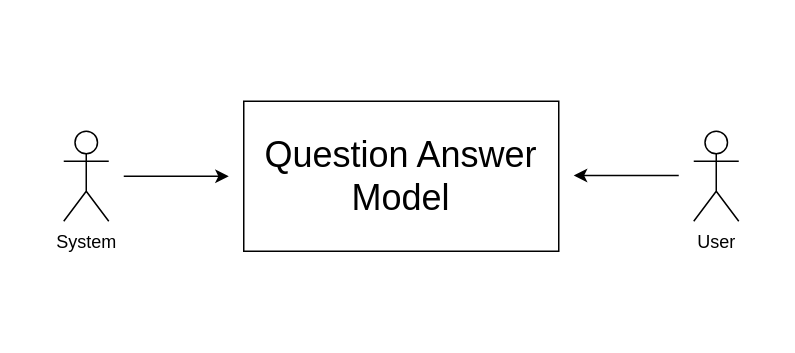
m-ibrahim-khalil/SPL2-nlp keeps this draw.io diagram as SRS Drafts/Use case0.drawio. Above is the earlier version. Source tidied: cells renumbered, new cells numbered last; positions are measured from the earlier drawing's top-left corner, leaving out a move shared by most shapes. Both pictures are drawn from the tidied source at 150%, with x=0, y=0 at pixel (63, 100).
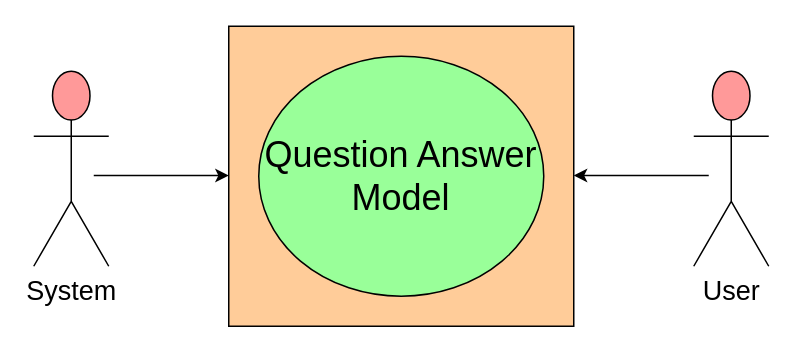
After the change.

Change to the diagram source:
```diff
@@
 <mxGraphModel>
   <root>
     <mxCell id="0" />
     <mxCell id="1" parent="0" />
-    <mxCell id="2" value="&lt;font style=&quot;font-size: 24px&quot;&gt;Question Answer Model&lt;/font&gt;" style="rounded=0;whiteSpace=wrap;html=1;" parent="1" vertex="1">
-      <mxGeometry x="120" width="210" height="100" as="geometry" />
+    <mxCell id="2" style="rounded=0;whiteSpace=wrap;html=1;fillColor=#FFCC99;" parent="1" vertex="1">
+      <mxGeometry x="110" y="-50" width="230" height="200" as="geometry" />
     </mxCell>
-    <mxCell id="3" value="System" style="shape=umlActor;verticalLabelPosition=bottom;verticalAlign=top;html=1;" parent="1" vertex="1">
-      <mxGeometry y="20" width="30" height="60" as="geometry" />
+    <mxCell id="3" value="&lt;font style=&quot;font-size: 18px&quot;&gt;System&lt;/font&gt;" style="shape=umlActor;verticalLabelPosition=bottom;verticalAlign=top;html=1;fillColor=#FF9999;" parent="1" vertex="1">
+      <mxGeometry x="-20" y="-20" width="50" height="130" as="geometry" />
     </mxCell>
-    <mxCell id="4" value="User" style="shape=umlActor;verticalLabelPosition=bottom;verticalAlign=top;html=1;" parent="1" vertex="1">
-      <mxGeometry x="420" y="20" width="30" height="60" as="geometry" />
-    </mxCell>
     <mxCell id="5" style="endArrow=classic;html=1;" parent="1" edge="1">
       <mxGeometry relative="1" as="geometry">
-        <mxPoint x="40" y="50" as="sourcePoint" />
-        <mxPoint x="110" y="50" as="targetPoint" />
+        <mxPoint x="20" y="49.5" as="sourcePoint" />
+        <mxPoint x="110" y="49.5" as="targetPoint" />
       </mxGeometry>
     </mxCell>
     <mxCell id="6" style="endArrow=classic;html=1;" parent="1" edge="1">
       <mxGeometry relative="1" as="geometry">
-        <mxPoint x="410" y="49.5" as="sourcePoint" />
+        <mxPoint x="430" y="49.5" as="sourcePoint" />
         <mxPoint x="340" y="49.5" as="targetPoint" />
       </mxGeometry>
     </mxCell>
+    <mxCell id="7" value="&lt;font style=&quot;font-size: 24px&quot;&gt;Question Answer Model&lt;/font&gt;" style="ellipse;whiteSpace=wrap;html=1;fillColor=#99FF99;" parent="1" vertex="1">
+      <mxGeometry x="130" y="-30" width="190" height="160" as="geometry" />
+    </mxCell>
+    <mxCell id="4" value="&lt;font style=&quot;font-size: 18px&quot;&gt;User&lt;/font&gt;" style="shape=umlActor;verticalLabelPosition=bottom;verticalAlign=top;html=1;fillColor=#FF9999;" parent="1" vertex="1">
+      <mxGeometry x="420" y="-20" width="50" height="130" as="geometry" />
+    </mxCell>
   </root>
 </mxGraphModel>
```
